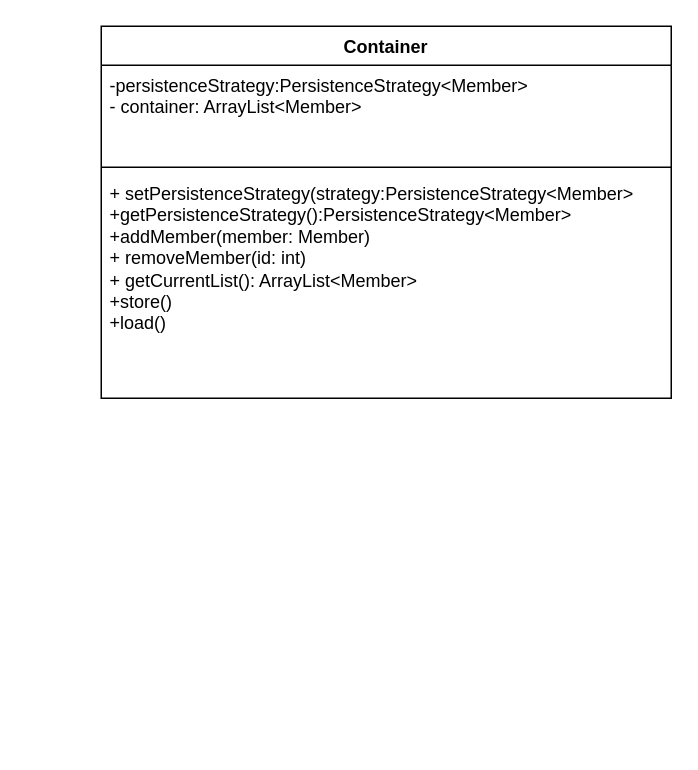
This is CR5.drawio from dhefel2s/Hbrs, a draw.io file, before an edit. Source tidied: cells renumbered, new cells numbered last; positions are measured from the earlier drawing's top-left corner, leaving out a move shared by most shapes. Both pictures are drawn from the tidied source at 150%, with x=0, y=0 at pixel (100, 26).
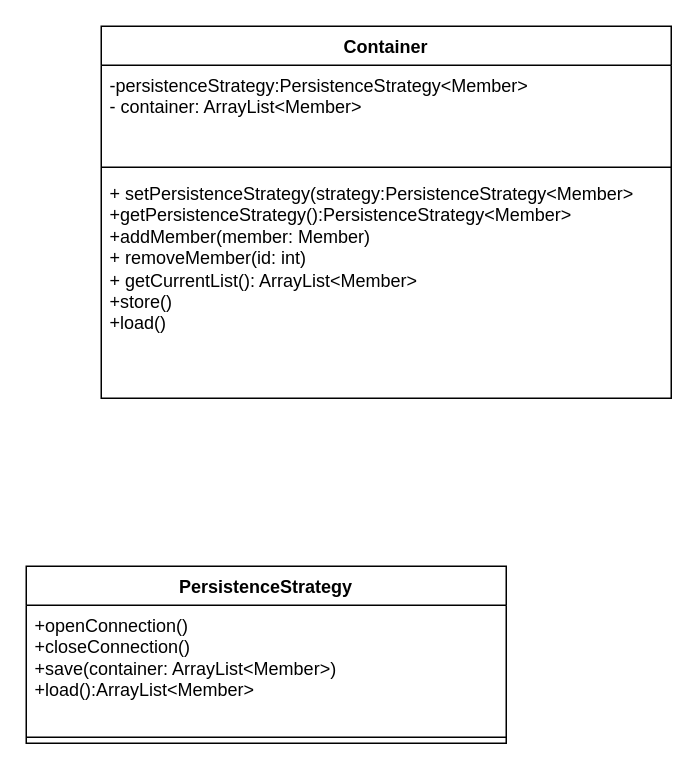
The same diagram, later.

Change to the diagram source:
```diff
@@
 <mxGraphModel>
   <root>
     <mxCell id="0" />
     <mxCell id="1" parent="0" />
     <mxCell id="2" value="Container" style="swimlane;fontStyle=1;align=center;verticalAlign=top;horizontal=1;startSize=26;whiteSpace=wrap;html=1;" parent="1" vertex="1">
       <mxGeometry width="380" height="248" as="geometry" />
     </mxCell>
     <mxCell id="3" value="-persistenceStrategy:PersistenceStrategy&amp;lt;Member&amp;gt;&lt;br&gt;- container: ArrayList&amp;lt;Member&amp;gt;" style="text;strokeColor=none;fillColor=none;align=left;verticalAlign=top;spacingLeft=4;spacingRight=4;overflow=hidden;whiteSpace=wrap;html=1;" parent="2" vertex="1">
       <mxGeometry y="26" width="380" height="64" as="geometry" />
     </mxCell>
     <mxCell id="4" style="line;strokeWidth=1;fillColor=none;align=left;verticalAlign=middle;spacingTop=-1;spacingLeft=3;spacingRight=3;labelPosition=right;strokeColor=inherit;" parent="2" vertex="1">
       <mxGeometry y="90" width="380" height="8" as="geometry" />
     </mxCell>
     <mxCell id="5" value="+ setPersistenceStrategy(strategy:PersistenceStrategy&amp;lt;Member&amp;gt;&lt;br&gt;+getPersistenceStrategy():PersistenceStrategy&amp;lt;Member&amp;gt;&lt;br&gt;+addMember(member: Member)&lt;br&gt;+ removeMember(id: int)&lt;br&gt;+ getCurrentList(): ArrayList&amp;lt;Member&amp;gt;&lt;br&gt;+store()&lt;br&gt;+load()&lt;br&gt;" style="text;strokeColor=none;fillColor=none;align=left;verticalAlign=top;spacingLeft=4;spacingRight=4;overflow=hidden;whiteSpace=wrap;html=1;" parent="2" vertex="1">
       <mxGeometry y="98" width="380" height="150" as="geometry" />
     </mxCell>
+    <mxCell id="6" value="PersistenceStrategy" style="swimlane;fontStyle=1;align=center;verticalAlign=top;horizontal=1;startSize=26;whiteSpace=wrap;html=1;" parent="1" vertex="1">
+      <mxGeometry x="-50" y="360" width="320" height="118" as="geometry" />
+    </mxCell>
+    <mxCell id="7" value="+openConnection()&lt;br&gt;+closeConnection()&lt;br&gt;+save(container: ArrayList&amp;lt;Member&amp;gt;)&lt;br&gt;+load():ArrayList&amp;lt;Member&amp;gt;" style="text;strokeColor=none;fillColor=none;align=left;verticalAlign=top;spacingLeft=4;spacingRight=4;overflow=hidden;whiteSpace=wrap;html=1;" parent="6" vertex="1">
+      <mxGeometry y="26" width="320" height="84" as="geometry" />
+    </mxCell>
+    <mxCell id="8" style="line;strokeWidth=1;fillColor=none;align=left;verticalAlign=middle;spacingTop=-1;spacingLeft=3;spacingRight=3;labelPosition=right;strokeColor=inherit;" parent="6" vertex="1">
+      <mxGeometry y="110" width="320" height="8" as="geometry" />
+    </mxCell>
   </root>
 </mxGraphModel>
```
